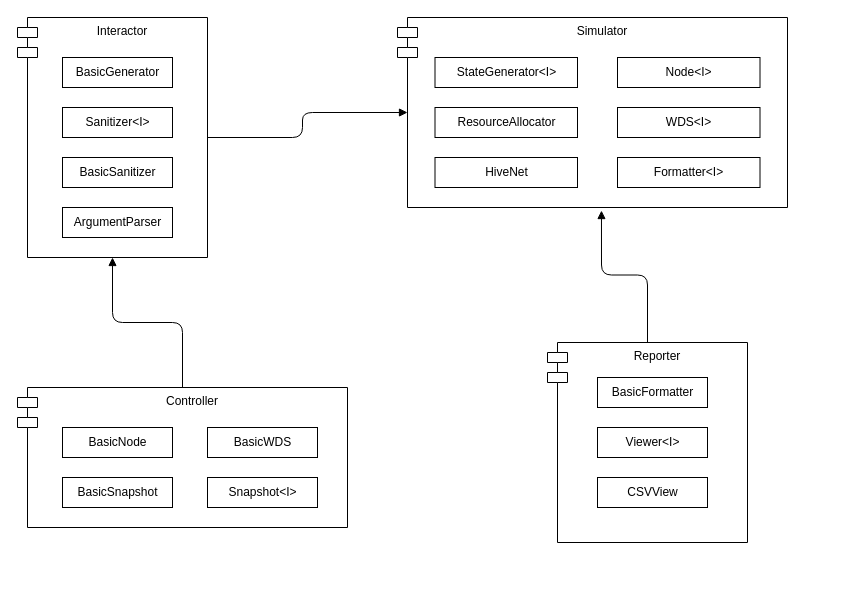
Earlier version of the draw.io diagram specs/Module Diagram.drawio (arstevens/hive-sim). Source tidied: cells renumbered, new cells numbered last; positions are measured from the earlier drawing's top-left corner, leaving out a move shared by most shapes. Both pictures are drawn from the tidied source at 100%, with x=0, y=0 at pixel (17, 17).
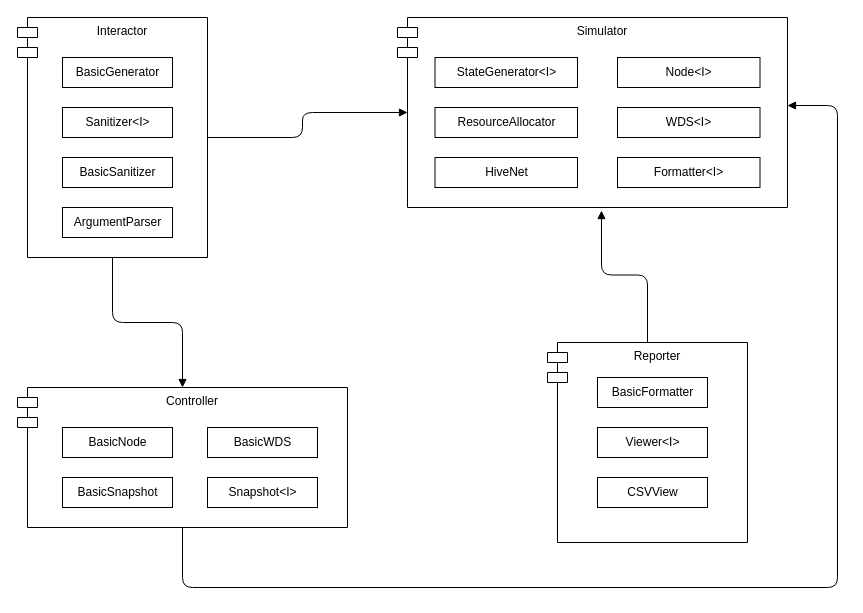
The same page after the edit.

Unchanged cells that the change refers to:
```xml
<mxCell id="2" value="Interactor" style="shape=module;align=left;spacingLeft=20;align=center;verticalAlign=top;" parent="1" vertex="1">
  <mxGeometry width="190" height="240" as="geometry" />
</mxCell>
<mxCell id="13" value="Controller" style="shape=module;align=left;spacingLeft=20;align=center;verticalAlign=top;" parent="1" vertex="1">
  <mxGeometry y="370" width="330" height="140" as="geometry" />
</mxCell>
```

The edit, as a diff of the source:
```diff
@@
-    <mxCell id="23" style="endArrow=block;endFill=1;html=1;edgeStyle=orthogonalEdgeStyle;align=left;verticalAlign=top;entryX=0.5;entryY=1;entryDx=0;entryDy=0;exitX=0.5;exitY=0;exitDx=0;exitDy=0;" parent="1" edge="1" source="13" target="2">
-      <mxGeometry x="-1" relative="1" as="geometry" />
-    </mxCell>
-    <mxCell id="24" style="html=1;align=left;verticalAlign=bottom;labelBackgroundColor=#ffffff;fontSize=10;" parent="23" vertex="1">
-      <mxGeometry x="-1" relative="1" as="geometry" />
-    </mxCell>
@@
+    <mxCell id="29" style="endArrow=block;endFill=1;html=1;edgeStyle=orthogonalEdgeStyle;align=left;verticalAlign=top;exitX=0.5;exitY=1;exitDx=0;exitDy=0;" parent="1" edge="1" source="13">
+      <mxGeometry x="-1" relative="1" as="geometry">
+        <mxPoint x="770" y="88" as="targetPoint" />
+        <Array as="points">
+          <mxPoint x="165" y="570" />
+          <mxPoint x="820" y="570" />
+          <mxPoint x="820" y="88" />
+        </Array>
+      </mxGeometry>
+    </mxCell>
+    <mxCell id="30" style="html=1;align=left;verticalAlign=bottom;labelBackgroundColor=#ffffff;fontSize=10;" parent="29" vertex="1">
+      <mxGeometry x="-1" relative="1" as="geometry" />
+    </mxCell>
+    <mxCell id="31" style="endArrow=block;endFill=1;html=1;edgeStyle=orthogonalEdgeStyle;align=left;verticalAlign=top;exitX=0.5;exitY=1;exitDx=0;exitDy=0;entryX=0.5;entryY=0;entryDx=0;entryDy=0;" parent="1" edge="1" source="2" target="13">
+      <mxGeometry x="-1" relative="1" as="geometry" />
+    </mxCell>
+    <mxCell id="32" style="html=1;align=left;verticalAlign=bottom;labelBackgroundColor=#ffffff;fontSize=10;" parent="31" vertex="1">
+      <mxGeometry x="-1" relative="1" as="geometry" />
+    </mxCell>
```
